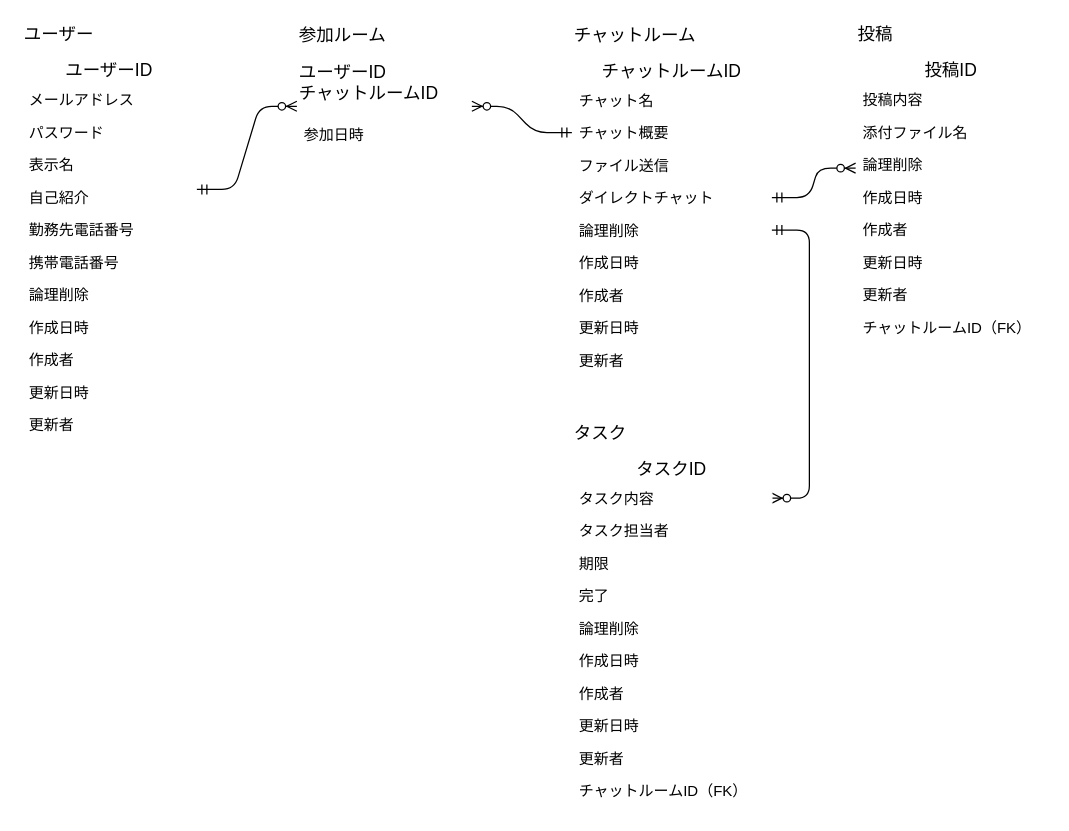
codeschoolway/quelcode-db keeps this draw.io diagram as db/db-challenge1/index.dio. Above is the earlier version. Source tidied: cells renumbered, new cells numbered last; positions are measured from the earlier drawing's top-left corner, leaving out a move shared by most shapes. Both pictures are drawn from the tidied source at 125%, with x=0, y=0 at pixel (21, 21).
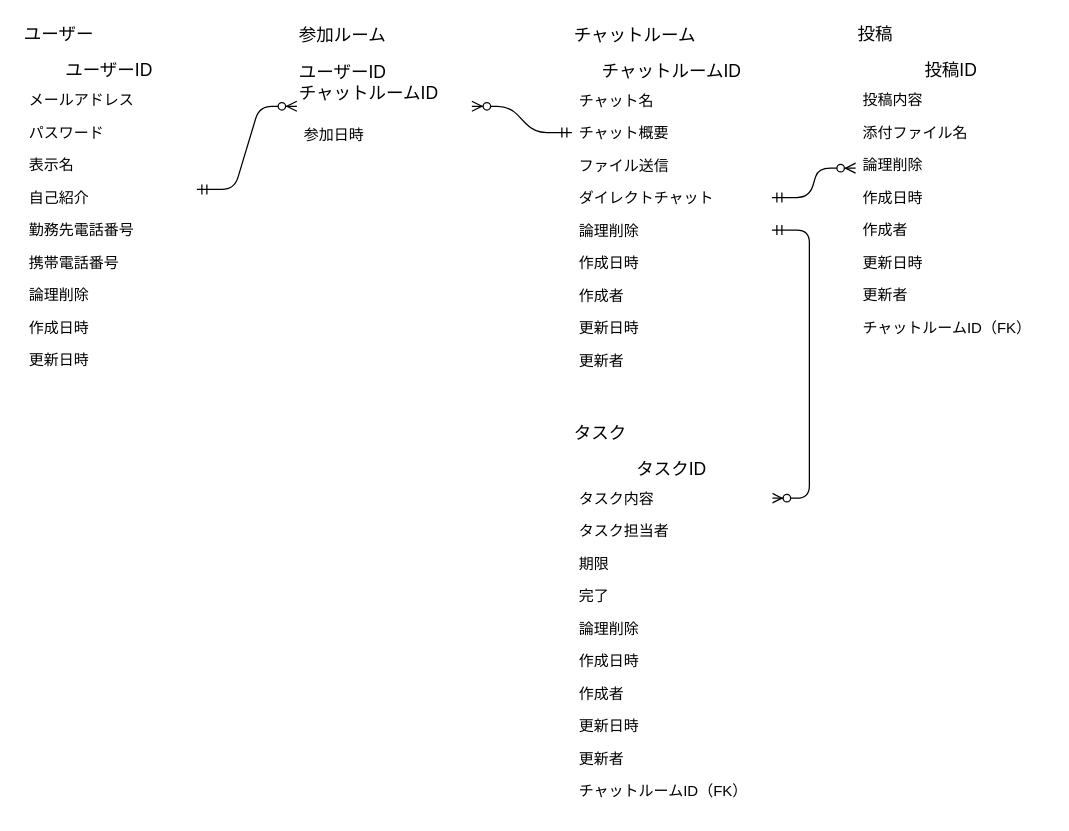
The same diagram, later.

Commit message:
ユーザーテーブルの作成者と更新者を削除

Diff of the diagram source:
```diff
@@
     <mxCell id="3" value="ユーザーID" style="swimlane;fontStyle=0;horizontal=1;startSize=22;align=center;fontSize=14;rounded=0;shadow=0;glass=0;strokeColor=#FFFFFF;strokeWidth=1;fillColor=none;gradientColor=none;" parent="1" vertex="1">
-      <mxGeometry y="27" width="140" height="308" as="geometry" />
+      <mxGeometry y="27" width="140" height="256" as="geometry" />
     </mxCell>
@@
-    <mxCell id="12" value="作成者" style="text;strokeColor=none;fillColor=none;spacingLeft=4;spacingRight=4;overflow=hidden;fontSize=12;" parent="3" vertex="1">
-      <mxGeometry y="230" width="140" height="26" as="geometry" />
-    </mxCell>
     <mxCell id="13" value="更新日時" style="text;strokeColor=none;fillColor=none;spacingLeft=4;spacingRight=4;overflow=hidden;fontSize=12;" parent="3" vertex="1">
-      <mxGeometry y="256" width="140" height="26" as="geometry" />
+      <mxGeometry y="230" width="140" height="26" as="geometry" />
     </mxCell>
-    <mxCell id="14" value="更新者" style="text;strokeColor=none;fillColor=none;spacingLeft=4;spacingRight=4;overflow=hidden;fontSize=12;" parent="3" vertex="1">
-      <mxGeometry y="282" width="140" height="26" as="geometry" />
-    </mxCell>
```
